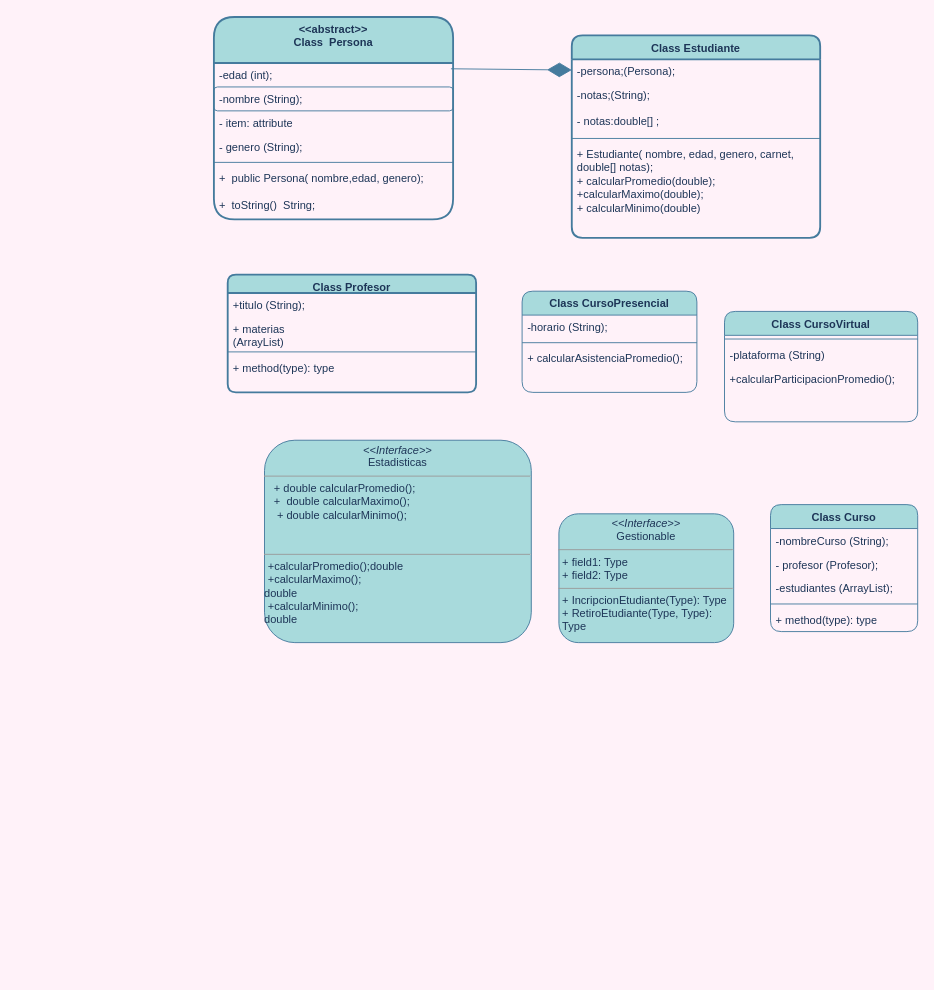
Earlier version of the draw.io diagram EjercicioPOOInterfaces.drawio (Mariayey12/EjercicioPOOInterfaces). Source tidied: cells renumbered, new cells numbered last; positions are measured from the earlier drawing's top-left corner, leaving out a move shared by most shapes. Both pictures are drawn from the tidied source at 92%, with x=0, y=0 at pixel (213, 17).
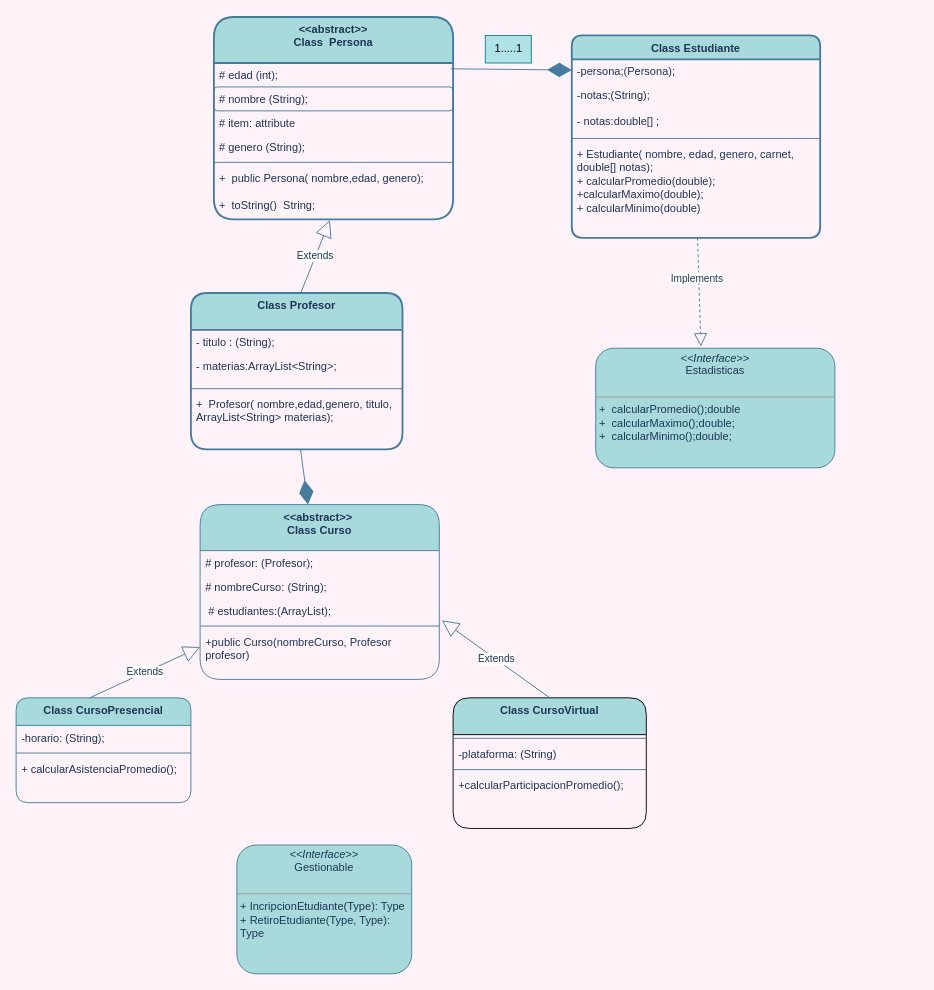
After the change.

Unchanged cells that the change refers to:
```xml
<mxCell id="3" value="&amp;lt;&amp;lt;abstract&amp;gt;&amp;gt;&lt;br&gt;Class&amp;nbsp; Persona" style="swimlane;fontStyle=1;align=center;verticalAlign=top;horizontal=1;startSize=50;whiteSpace=wrap;html=1;rounded=1;labelBackgroundColor=none;fillColor=#A8DADC;strokeColor=#457B9D;fontColor=#1D3557;strokeWidth=2;" parent="1" vertex="1">
  <mxGeometry width="260" height="220" as="geometry" />
</mxCell>
<mxCell id="9" value="+&amp;nbsp; public Persona( nombre,edad, genero);&lt;br&gt;&lt;br&gt;+&amp;nbsp; toString()&amp;nbsp;&amp;nbsp;String;" style="text;strokeColor=none;fillColor=none;align=left;verticalAlign=top;spacingLeft=4;spacingRight=4;overflow=hidden;points=[[0,0.5],[1,0.5]];portConstraint=eastwest;whiteSpace=wrap;html=1;labelBackgroundColor=none;fontColor=#1D3557;rounded=1;" parent="3" vertex="1">
  <mxGeometry y="162" width="260" height="58" as="geometry" />
</mxCell>
<mxCell id="15" value="+&amp;nbsp;&lt;span style=&quot;background-color: initial;&quot;&gt;Estudiante( nombre, edad, genero, carnet, double[] notas);&lt;/span&gt;&lt;br&gt;+ calcularPromedio(double);&lt;br&gt;+calcularMaximo(double);&lt;br&gt;+&amp;nbsp;calcularMinimo(double)&amp;nbsp;" style="text;strokeColor=none;fillColor=none;align=left;verticalAlign=top;spacingLeft=4;spacingRight=4;overflow=hidden;points=[[0,0.5],[1,0.5]];portConstraint=eastwest;whiteSpace=wrap;html=1;labelBackgroundColor=none;fontColor=#1D3557;rounded=1;" parent="10" vertex="1">
  <mxGeometry y="116" width="270" height="104" as="geometry" />
</mxCell>
```

Diff of the diagram source:
```diff
@@
-    <mxCell id="2" value="&lt;p style=&quot;margin:0px;margin-top:4px;text-align:center;&quot;&gt;&lt;i&gt;&amp;lt;&amp;lt;Interface&amp;gt;&amp;gt;&lt;/i&gt;&lt;br&gt;Estadisticas&lt;br&gt;&lt;/p&gt;&lt;hr size=&quot;1&quot;&gt;&lt;p style=&quot;margin:0px;margin-left:4px;&quot;&gt;&amp;nbsp; + double calcularPromedio();&lt;/p&gt;&lt;p style=&quot;margin:0px;margin-left:4px;&quot;&gt;&amp;nbsp; +&amp;nbsp; double calcularMaximo();&lt;/p&gt;&lt;p style=&quot;margin:0px;margin-left:4px;&quot;&gt;&amp;nbsp; &amp;nbsp;+ double calcularMinimo();&lt;/p&gt;&lt;div&gt;&lt;br&gt;&lt;/div&gt;&lt;p style=&quot;margin:0px;margin-left:4px;&quot;&gt;&lt;br&gt;&lt;/p&gt;&lt;hr size=&quot;1&quot;&gt;&lt;p style=&quot;margin:0px;margin-left:4px;&quot;&gt;+calcularPromedio();double&lt;br&gt;+calcularMaximo();&lt;/p&gt;double&lt;p style=&quot;margin:0px;margin-left:4px;&quot;&gt;&lt;span style=&quot;background-color: initial;&quot;&gt;+calcularMinimo();&lt;/span&gt;&lt;/p&gt;double" style="verticalAlign=top;align=left;overflow=fill;fontSize=12;fontFamily=Helvetica;html=1;whiteSpace=wrap;labelBackgroundColor=none;fillColor=#A8DADC;strokeColor=#457B9D;fontColor=#1D3557;rounded=1;" parent="1" vertex="1">
-      <mxGeometry x="55" y="460" width="290" height="220" as="geometry" />
+    <mxCell id="2" value="&lt;p style=&quot;margin:0px;margin-top:4px;text-align:center;&quot;&gt;&lt;i&gt;&amp;lt;&amp;lt;Interface&amp;gt;&amp;gt;&lt;/i&gt;&lt;br&gt;Estadisticas&lt;br&gt;&lt;/p&gt;&lt;p style=&quot;margin:0px;margin-left:4px;&quot;&gt;&lt;br&gt;&lt;/p&gt;&lt;hr size=&quot;1&quot;&gt;&lt;p style=&quot;margin:0px;margin-left:4px;&quot;&gt;+&amp;nbsp; calcularPromedio();double&lt;br&gt;+&amp;nbsp; calcularMaximo();double;&lt;/p&gt;&lt;p style=&quot;margin:0px;margin-left:4px;&quot;&gt;&lt;span style=&quot;background-color: initial;&quot;&gt;+&amp;nbsp; calcularMinimo();double;&lt;/span&gt;&lt;/p&gt;" style="verticalAlign=top;align=left;overflow=fill;fontSize=12;fontFamily=Helvetica;html=1;whiteSpace=wrap;labelBackgroundColor=none;fillColor=#A8DADC;strokeColor=#457B9D;fontColor=#1D3557;rounded=1;" parent="1" vertex="1">
+      <mxGeometry x="415" y="360" width="260" height="130" as="geometry" />
     </mxCell>
@@
-    <mxCell id="4" value="-edad (int);" style="text;strokeColor=none;fillColor=none;align=left;verticalAlign=top;spacingLeft=4;spacingRight=4;overflow=hidden;points=[[0,0.5],[1,0.5]];portConstraint=eastwest;whiteSpace=wrap;html=1;labelBackgroundColor=none;fontColor=#1D3557;rounded=1;" parent="3" vertex="1">
+    <mxCell id="4" value="# edad (int);" style="text;strokeColor=none;fillColor=none;align=left;verticalAlign=top;spacingLeft=4;spacingRight=4;overflow=hidden;points=[[0,0.5],[1,0.5]];portConstraint=eastwest;whiteSpace=wrap;html=1;labelBackgroundColor=none;fontColor=#1D3557;rounded=1;" parent="3" vertex="1">
       <mxGeometry y="50" width="260" height="26" as="geometry" />
     </mxCell>
-    <mxCell id="5" value="-nombre (String);" style="text;strokeColor=#457B9D;fillColor=none;align=left;verticalAlign=top;spacingLeft=4;spacingRight=4;overflow=hidden;whiteSpace=wrap;html=1;labelBackgroundColor=none;fontColor=#1D3557;rounded=1;" parent="3" vertex="1">
+    <mxCell id="5" value="# nombre (String);" style="text;strokeColor=#457B9D;fillColor=none;align=left;verticalAlign=top;spacingLeft=4;spacingRight=4;overflow=hidden;whiteSpace=wrap;html=1;labelBackgroundColor=none;fontColor=#1D3557;rounded=1;" parent="3" vertex="1">
       <mxGeometry y="76" width="260" height="26" as="geometry" />
     </mxCell>
-    <mxCell id="6" value="- item: attribute" style="text;strokeColor=none;fillColor=none;align=left;verticalAlign=top;spacingLeft=4;spacingRight=4;overflow=hidden;whiteSpace=wrap;html=1;labelBackgroundColor=none;fontColor=#1D3557;rounded=1;" parent="3" vertex="1">
+    <mxCell id="6" value="# item: attribute" style="text;strokeColor=none;fillColor=none;align=left;verticalAlign=top;spacingLeft=4;spacingRight=4;overflow=hidden;whiteSpace=wrap;html=1;labelBackgroundColor=none;fontColor=#1D3557;rounded=1;" parent="3" vertex="1">
       <mxGeometry y="102" width="260" height="26" as="geometry" />
     </mxCell>
-    <mxCell id="7" value="- genero (String);" style="text;strokeColor=none;fillColor=none;align=left;verticalAlign=top;spacingLeft=4;spacingRight=4;overflow=hidden;whiteSpace=wrap;html=1;labelBackgroundColor=none;fontColor=#1D3557;rounded=1;" parent="3" vertex="1">
+    <mxCell id="7" value="# genero (String);" style="text;strokeColor=none;fillColor=none;align=left;verticalAlign=top;spacingLeft=4;spacingRight=4;overflow=hidden;whiteSpace=wrap;html=1;labelBackgroundColor=none;fontColor=#1D3557;rounded=1;" parent="3" vertex="1">
       <mxGeometry y="128" width="260" height="26" as="geometry" />
     </mxCell>
@@
-    <mxCell id="16" value="Class&amp;nbsp;Profesor" style="swimlane;fontStyle=1;align=center;verticalAlign=top;horizontal=1;startSize=20;whiteSpace=wrap;html=1;labelBackgroundColor=none;fillColor=#A8DADC;strokeColor=#457B9D;fontColor=#1D3557;rounded=1;strokeWidth=2;" parent="1" vertex="1">
-      <mxGeometry x="15" y="280" width="270" height="128" as="geometry" />
+    <mxCell id="16" value="Class&amp;nbsp;Profesor" style="swimlane;fontStyle=1;align=center;verticalAlign=top;horizontal=1;startSize=40;whiteSpace=wrap;html=1;labelBackgroundColor=none;fillColor=#A8DADC;strokeColor=#457B9D;fontColor=#1D3557;rounded=1;strokeWidth=2;" parent="1" vertex="1">
+      <mxGeometry x="-25" y="300" width="230" height="170" as="geometry" />
     </mxCell>
-    <mxCell id="17" value="+titulo (String);&lt;br&gt;" style="text;strokeColor=none;fillColor=none;align=left;verticalAlign=top;spacingLeft=4;spacingRight=4;overflow=hidden;whiteSpace=wrap;html=1;labelBackgroundColor=none;fontColor=#1D3557;rounded=1;" parent="16" vertex="1">
-      <mxGeometry y="20" width="270" height="26" as="geometry" />
+    <mxCell id="17" value="- titulo : (String);" style="text;strokeColor=none;fillColor=none;align=left;verticalAlign=top;spacingLeft=4;spacingRight=4;overflow=hidden;whiteSpace=wrap;html=1;labelBackgroundColor=none;fontColor=#1D3557;rounded=1;" parent="16" vertex="1">
+      <mxGeometry y="40" width="230" height="26" as="geometry" />
     </mxCell>
-    <mxCell id="18" value="+ materias&lt;br/&gt;(ArrayList)" style="text;strokeColor=none;fillColor=none;align=left;verticalAlign=top;spacingLeft=4;spacingRight=4;overflow=hidden;whiteSpace=wrap;html=1;labelBackgroundColor=none;fontColor=#1D3557;rounded=1;" parent="16" vertex="1">
-      <mxGeometry y="46" width="270" height="34" as="geometry" />
+    <mxCell id="18" value="- materias:ArrayList&amp;lt;String&amp;gt;;" style="text;strokeColor=none;fillColor=none;align=left;verticalAlign=top;spacingLeft=4;spacingRight=4;overflow=hidden;whiteSpace=wrap;html=1;labelBackgroundColor=none;fontColor=#1D3557;rounded=1;" parent="16" vertex="1">
+      <mxGeometry y="66" width="230" height="34" as="geometry" />
     </mxCell>
     <mxCell id="19" style="line;strokeWidth=1;fillColor=none;align=left;verticalAlign=middle;spacingTop=-1;spacingLeft=3;spacingRight=3;labelPosition=right;strokeColor=#457B9D;labelBackgroundColor=none;fontColor=#1D3557;rounded=1;" parent="16" vertex="1">
-      <mxGeometry y="80" width="270" height="8" as="geometry" />
+      <mxGeometry y="100" width="230" height="8" as="geometry" />
     </mxCell>
-    <mxCell id="20" value="+ method(type): type" style="text;strokeColor=none;fillColor=none;align=left;verticalAlign=top;spacingLeft=4;spacingRight=4;overflow=hidden;points=[[0,0.5],[1,0.5]];portConstraint=eastwest;whiteSpace=wrap;html=1;labelBackgroundColor=none;fontColor=#1D3557;rounded=1;" parent="16" vertex="1">
-      <mxGeometry y="88" width="270" height="40" as="geometry" />
+    <mxCell id="20" value="+&amp;nbsp;&amp;nbsp;Profesor( nombre,edad,genero, titulo, ArrayList&amp;lt;String&amp;gt; materias);" style="text;strokeColor=none;fillColor=none;align=left;verticalAlign=top;spacingLeft=4;spacingRight=4;overflow=hidden;points=[[0,0.5],[1,0.5]];portConstraint=eastwest;whiteSpace=wrap;html=1;labelBackgroundColor=none;fontColor=#1D3557;rounded=1;" parent="16" vertex="1">
+      <mxGeometry y="108" width="230" height="62" as="geometry" />
     </mxCell>
-    <mxCell id="21" value="Class&amp;nbsp;Curso" style="swimlane;fontStyle=1;align=center;verticalAlign=top;horizontal=1;startSize=26;whiteSpace=wrap;html=1;labelBackgroundColor=none;fillColor=#A8DADC;strokeColor=#457B9D;fontColor=#1D3557;rounded=1;" parent="1" vertex="1">
-      <mxGeometry x="605" y="530" width="160" height="138" as="geometry" />
+    <mxCell id="21" value="&amp;lt;&amp;lt;abstract&amp;gt;&amp;gt;&amp;nbsp;&lt;br&gt;Class&amp;nbsp;Curso" style="swimlane;fontStyle=1;align=center;verticalAlign=top;horizontal=1;startSize=50;whiteSpace=wrap;html=1;labelBackgroundColor=none;fillColor=#A8DADC;strokeColor=#457B9D;fontColor=#1D3557;rounded=1;" parent="1" vertex="1">
+      <mxGeometry x="-15" y="530" width="260" height="190" as="geometry" />
     </mxCell>
+    <mxCell id="23" value="# profesor: (Profesor);" style="text;strokeColor=none;fillColor=none;align=left;verticalAlign=top;spacingLeft=4;spacingRight=4;overflow=hidden;whiteSpace=wrap;html=1;labelBackgroundColor=none;fontColor=#1D3557;rounded=1;" parent="21" vertex="1">
+      <mxGeometry y="50" width="260" height="26" as="geometry" />
+    </mxCell>
-    <mxCell id="22" value="-nombreCurso (String);&lt;br&gt;" style="text;strokeColor=none;fillColor=none;align=left;verticalAlign=top;spacingLeft=4;spacingRight=4;overflow=hidden;whiteSpace=wrap;html=1;labelBackgroundColor=none;fontColor=#1D3557;rounded=1;" parent="21" vertex="1">
-      <mxGeometry y="26" width="160" height="26" as="geometry" />
+    <mxCell id="22" value="# nombreCurso: (String);" style="text;strokeColor=none;fillColor=none;align=left;verticalAlign=top;spacingLeft=4;spacingRight=4;overflow=hidden;whiteSpace=wrap;html=1;labelBackgroundColor=none;fontColor=#1D3557;rounded=1;" parent="21" vertex="1">
+      <mxGeometry y="76" width="260" height="26" as="geometry" />
     </mxCell>
-    <mxCell id="23" value="-&amp;nbsp;profesor (Profesor);" style="text;strokeColor=none;fillColor=none;align=left;verticalAlign=top;spacingLeft=4;spacingRight=4;overflow=hidden;whiteSpace=wrap;html=1;labelBackgroundColor=none;fontColor=#1D3557;rounded=1;" parent="21" vertex="1">
-      <mxGeometry y="52" width="160" height="26" as="geometry" />
-    </mxCell>
-    <mxCell id="24" value="-estudiantes (ArrayList);" style="text;strokeColor=none;fillColor=none;align=left;verticalAlign=top;spacingLeft=4;spacingRight=4;overflow=hidden;points=[[0,0.5],[1,0.5]];portConstraint=eastwest;whiteSpace=wrap;html=1;labelBackgroundColor=none;fontColor=#1D3557;rounded=1;" parent="21" vertex="1">
-      <mxGeometry y="78" width="160" height="26" as="geometry" />
+    <mxCell id="24" value="&amp;nbsp;# estudiantes:(ArrayList);" style="text;strokeColor=none;fillColor=none;align=left;verticalAlign=top;spacingLeft=4;spacingRight=4;overflow=hidden;points=[[0,0.5],[1,0.5]];portConstraint=eastwest;whiteSpace=wrap;html=1;labelBackgroundColor=none;fontColor=#1D3557;rounded=1;" parent="21" vertex="1">
+      <mxGeometry y="102" width="260" height="26" as="geometry" />
     </mxCell>
     <mxCell id="25" style="line;strokeWidth=1;fillColor=none;align=left;verticalAlign=middle;spacingTop=-1;spacingLeft=3;spacingRight=3;labelPosition=right;strokeColor=#457B9D;labelBackgroundColor=none;fontColor=#1D3557;rounded=1;" parent="21" vertex="1">
-      <mxGeometry y="104" width="160" height="8" as="geometry" />
+      <mxGeometry y="128" width="260" height="8" as="geometry" />
     </mxCell>
-    <mxCell id="26" value="+ method(type): type" style="text;strokeColor=none;fillColor=none;align=left;verticalAlign=top;spacingLeft=4;spacingRight=4;overflow=hidden;whiteSpace=wrap;html=1;labelBackgroundColor=none;fontColor=#1D3557;rounded=1;" parent="21" vertex="1">
-      <mxGeometry y="112" width="160" height="26" as="geometry" />
+    <mxCell id="26" value="+public Curso(nombreCurso, Profesor profesor)" style="text;strokeColor=none;fillColor=none;align=left;verticalAlign=top;spacingLeft=4;spacingRight=4;overflow=hidden;whiteSpace=wrap;html=1;labelBackgroundColor=none;fontColor=#1D3557;rounded=1;" parent="21" vertex="1">
+      <mxGeometry y="136" width="260" height="54" as="geometry" />
     </mxCell>
-    <mxCell id="27" value="Class CursoPresencial" style="swimlane;fontStyle=1;align=center;verticalAlign=top;horizontal=1;startSize=26;whiteSpace=wrap;html=1;labelBackgroundColor=none;fillColor=#A8DADC;strokeColor=#457B9D;fontColor=#1D3557;rounded=1;" parent="1" vertex="1">
-      <mxGeometry x="335" y="298" width="190" height="110" as="geometry" />
+    <mxCell id="27" value="Class CursoPresencial" style="swimlane;fontStyle=1;align=center;verticalAlign=top;horizontal=1;startSize=30;whiteSpace=wrap;html=1;labelBackgroundColor=none;fillColor=#A8DADC;strokeColor=#457B9D;fontColor=#1D3557;rounded=1;" parent="1" vertex="1">
+      <mxGeometry x="-215" y="740" width="190" height="114" as="geometry" />
     </mxCell>
-    <mxCell id="28" value="-horario (String);&lt;br&gt;" style="text;strokeColor=none;fillColor=none;align=left;verticalAlign=top;spacingLeft=4;spacingRight=4;overflow=hidden;whiteSpace=wrap;html=1;labelBackgroundColor=none;fontColor=#1D3557;rounded=1;" parent="27" vertex="1">
-      <mxGeometry y="26" width="190" height="26" as="geometry" />
+    <mxCell id="28" value="-horario: (String);" style="text;strokeColor=none;fillColor=none;align=left;verticalAlign=top;spacingLeft=4;spacingRight=4;overflow=hidden;whiteSpace=wrap;html=1;labelBackgroundColor=none;fontColor=#1D3557;rounded=1;" parent="27" vertex="1">
+      <mxGeometry y="30" width="190" height="26" as="geometry" />
     </mxCell>
     <mxCell id="29" style="line;strokeWidth=1;fillColor=none;align=left;verticalAlign=middle;spacingTop=-1;spacingLeft=3;spacingRight=3;labelPosition=right;strokeColor=#457B9D;labelBackgroundColor=none;fontColor=#1D3557;rounded=1;" parent="27" vertex="1">
-      <mxGeometry y="52" width="190" height="8" as="geometry" />
+      <mxGeometry y="56" width="190" height="8" as="geometry" />
     </mxCell>
     <mxCell id="30" value="+&amp;nbsp;calcularAsistenciaPromedio();" style="text;strokeColor=none;fillColor=none;align=left;verticalAlign=top;spacingLeft=4;spacingRight=4;overflow=hidden;whiteSpace=wrap;html=1;labelBackgroundColor=none;fontColor=#1D3557;rounded=1;" parent="27" vertex="1">
-      <mxGeometry y="60" width="190" height="50" as="geometry" />
+      <mxGeometry y="64" width="190" height="50" as="geometry" />
     </mxCell>
-    <mxCell id="31" value="Class CursoVirtual" style="swimlane;fontStyle=1;align=center;verticalAlign=top;horizontal=1;startSize=26;whiteSpace=wrap;html=1;labelBackgroundColor=none;fillColor=#A8DADC;strokeColor=#457B9D;fontColor=#1D3557;rounded=1;" parent="1" vertex="1">
-      <mxGeometry x="555" y="320" width="210" height="120" as="geometry" />
+    <mxCell id="31" value="Class CursoVirtual" style="swimlane;fontStyle=1;align=center;verticalAlign=top;horizontal=1;startSize=40;whiteSpace=wrap;html=1;labelBackgroundColor=none;fillColor=#A8DADC;strokeColor=default;fontColor=#1D3557;rounded=1;" parent="1" vertex="1">
+      <mxGeometry x="260" y="740" width="210" height="142" as="geometry" />
     </mxCell>
     <mxCell id="32" style="line;strokeWidth=1;fillColor=none;align=left;verticalAlign=middle;spacingTop=-1;spacingLeft=3;spacingRight=3;labelPosition=right;strokeColor=#457B9D;labelBackgroundColor=none;fontColor=#1D3557;rounded=1;" parent="31" vertex="1">
-      <mxGeometry y="26" width="210" height="8" as="geometry" />
+      <mxGeometry y="40" width="210" height="8" as="geometry" />
     </mxCell>
-    <mxCell id="33" value="-plataforma (String)" style="text;strokeColor=none;fillColor=none;align=left;verticalAlign=top;spacingLeft=4;spacingRight=4;overflow=hidden;whiteSpace=wrap;html=1;labelBackgroundColor=none;fontColor=#1D3557;rounded=1;" parent="31" vertex="1">
-      <mxGeometry y="34" width="210" height="26" as="geometry" />
+    <mxCell id="33" value="-plataforma: (String)" style="text;strokeColor=none;fillColor=none;align=left;verticalAlign=top;spacingLeft=4;spacingRight=4;overflow=hidden;whiteSpace=wrap;html=1;labelBackgroundColor=none;fontColor=#1D3557;rounded=1;" parent="31" vertex="1">
+      <mxGeometry y="48" width="210" height="26" as="geometry" />
     </mxCell>
+    <mxCell id="37" style="line;strokeWidth=1;fillColor=none;align=left;verticalAlign=middle;spacingTop=-1;spacingLeft=3;spacingRight=3;labelPosition=right;strokeColor=#457B9D;labelBackgroundColor=none;fontColor=#1D3557;rounded=1;" parent="31" vertex="1">
+      <mxGeometry y="74" width="210" height="8" as="geometry" />
+    </mxCell>
     <mxCell id="34" value="+calcularParticipacionPromedio();" style="text;strokeColor=none;fillColor=none;align=left;verticalAlign=top;spacingLeft=4;spacingRight=4;overflow=hidden;whiteSpace=wrap;html=1;labelBackgroundColor=none;fontColor=#1D3557;rounded=1;" parent="31" vertex="1">
-      <mxGeometry y="60" width="210" height="60" as="geometry" />
+      <mxGeometry y="82" width="210" height="60" as="geometry" />
     </mxCell>
-    <mxCell id="35" value="&lt;p style=&quot;margin:0px;margin-top:4px;text-align:center;&quot;&gt;&lt;i&gt;&amp;lt;&amp;lt;Interface&amp;gt;&amp;gt;&lt;/i&gt;&lt;br&gt;Gestionable&lt;br&gt;&lt;/p&gt;&lt;hr size=&quot;1&quot;&gt;&lt;p style=&quot;margin:0px;margin-left:4px;&quot;&gt;+ field1: Type&lt;br&gt;+ field2: Type&lt;/p&gt;&lt;hr size=&quot;1&quot;&gt;&lt;p style=&quot;margin:0px;margin-left:4px;&quot;&gt;+ IncripcionEtudiante(Type): Type&lt;br&gt;+ RetiroEtudiante(Type, Type): Type&lt;/p&gt;" style="verticalAlign=top;align=left;overflow=fill;fontSize=12;fontFamily=Helvetica;html=1;whiteSpace=wrap;labelBackgroundColor=none;fillColor=#A8DADC;strokeColor=#457B9D;fontColor=#1D3557;rounded=1;" parent="1" vertex="1">
-      <mxGeometry x="375" y="540" width="190" height="140" as="geometry" />
+    <mxCell id="35" value="&lt;p style=&quot;margin:0px;margin-top:4px;text-align:center;&quot;&gt;&lt;i&gt;&amp;lt;&amp;lt;Interface&amp;gt;&amp;gt;&lt;/i&gt;&lt;br&gt;Gestionable&lt;br&gt;&lt;/p&gt;&lt;p style=&quot;margin:0px;margin-left:4px;&quot;&gt;&lt;br&gt;&lt;/p&gt;&lt;hr size=&quot;1&quot;&gt;&lt;p style=&quot;margin:0px;margin-left:4px;&quot;&gt;+ IncripcionEtudiante(Type): Type&lt;br&gt;+ RetiroEtudiante(Type, Type): Type&lt;/p&gt;" style="verticalAlign=top;align=left;overflow=fill;fontSize=12;fontFamily=Helvetica;html=1;whiteSpace=wrap;labelBackgroundColor=none;fillColor=#A8DADC;strokeColor=#457B9D;fontColor=#1D3557;rounded=1;" parent="1" vertex="1">
+      <mxGeometry x="25" y="900" width="190" height="140" as="geometry" />
     </mxCell>
@@
+    <mxCell id="38" value="Extends" style="endArrow=block;endSize=16;endFill=0;html=1;rounded=0;strokeColor=#457B9D;fontColor=#1D3557;fillColor=#A8DADC;entryX=0.485;entryY=1.013;entryDx=0;entryDy=0;entryPerimeter=0;exitX=0.519;exitY=0;exitDx=0;exitDy=0;exitPerimeter=0;" parent="1" edge="1" source="16" target="9">
+      <mxGeometry relative="1" as="geometry" />
+    </mxCell>
+    <mxCell id="39" style="endArrow=block;dashed=1;endFill=0;endSize=12;html=1;rounded=0;strokeColor=#457B9D;fontColor=#1D3557;fillColor=#A8DADC;entryX=0.44;entryY=-0.014;entryDx=0;entryDy=0;entryPerimeter=0;" parent="1" edge="1" source="15" target="2">
+      <mxGeometry relative="1" as="geometry" />
+    </mxCell>
+    <mxCell id="40" value="1.....1" style="text;html=1;align=center;verticalAlign=middle;strokeColor=#0e8088;fillColor=#b0e3e6;" parent="1" vertex="1">
+      <mxGeometry x="295" y="20" width="50" height="30" as="geometry" />
+    </mxCell>
+    <mxCell id="41" value="&lt;span style=&quot;color: rgb(29, 53, 87); font-family: Helvetica; font-size: 11px; font-style: normal; font-variant-ligatures: normal; font-variant-caps: normal; font-weight: 400; letter-spacing: normal; orphans: 2; text-align: center; text-indent: 0px; text-transform: none; widows: 2; word-spacing: 0px; -webkit-text-stroke-width: 0px; background-color: rgb(255, 255, 255); text-decoration-thickness: initial; text-decoration-style: initial; text-decoration-color: initial; float: none; display: inline !important;&quot;&gt;Implements&lt;/span&gt;" style="text;whiteSpace=wrap;html=1;" parent="1" vertex="1">
+      <mxGeometry x="495" y="270" width="70" height="40" as="geometry" />
+    </mxCell>
+    <mxCell id="42" style="endArrow=diamondThin;endFill=1;endSize=24;html=1;rounded=0;strokeColor=#457B9D;fontColor=#1D3557;fillColor=#A8DADC;" parent="1" edge="1" source="20" target="21">
+      <mxGeometry relative="1" as="geometry" />
+    </mxCell>
+    <mxCell id="43" value="Extends" style="endArrow=block;endSize=16;endFill=0;html=1;rounded=0;strokeColor=#457B9D;fontColor=#1D3557;fillColor=#A8DADC;exitX=0.421;exitY=0;exitDx=0;exitDy=0;exitPerimeter=0;" parent="1" edge="1" source="27" target="21">
+      <mxGeometry relative="1" as="geometry" />
+    </mxCell>
+    <mxCell id="44" value="Extends" style="endArrow=block;endSize=16;endFill=0;html=1;rounded=0;strokeColor=#457B9D;fontColor=#1D3557;fillColor=#A8DADC;exitX=0.5;exitY=0;exitDx=0;exitDy=0;entryX=1.011;entryY=0.914;entryDx=0;entryDy=0;entryPerimeter=0;" parent="1" edge="1" source="31" target="24">
+      <mxGeometry relative="1" as="geometry" />
+    </mxCell>
```
